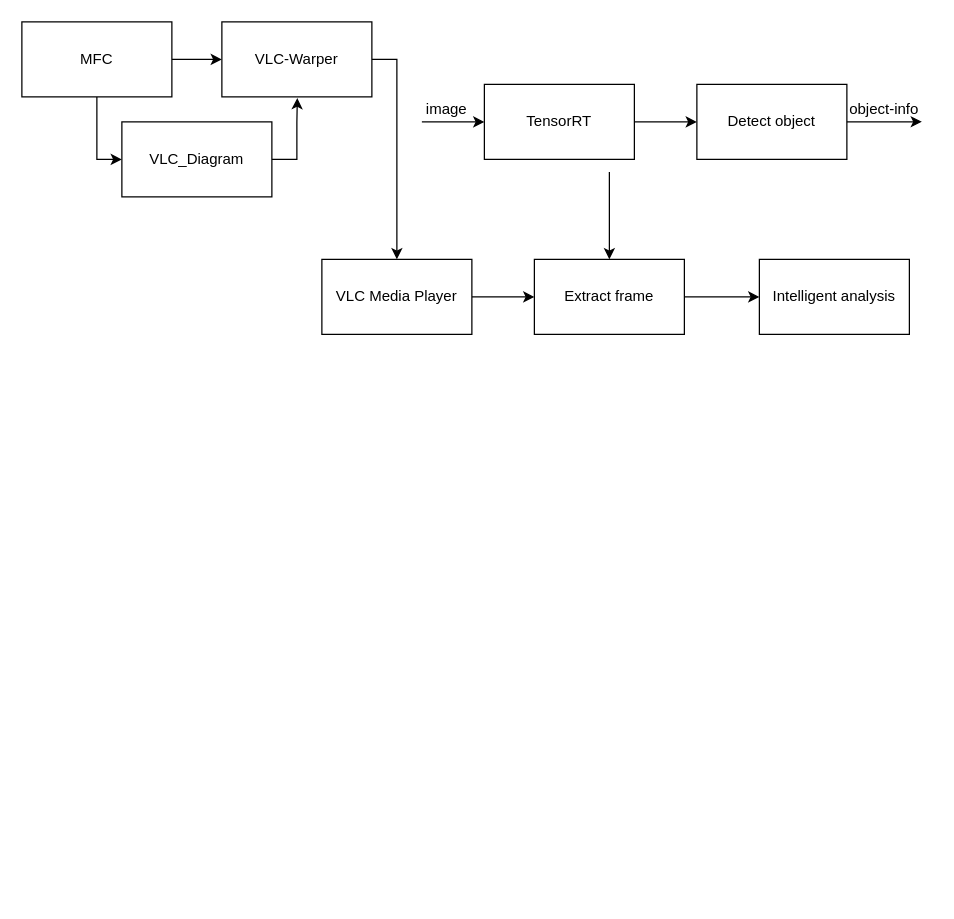
Above: 未命名绘图.drawio in paleblackless/diagrams (draw.io), before the change. Source tidied: cells renumbered, new cells numbered last; positions are measured from the earlier drawing's top-left corner, leaving out a move shared by most shapes. Both pictures are drawn from the tidied source at 125%, with x=0, y=0 at pixel (21, 21).
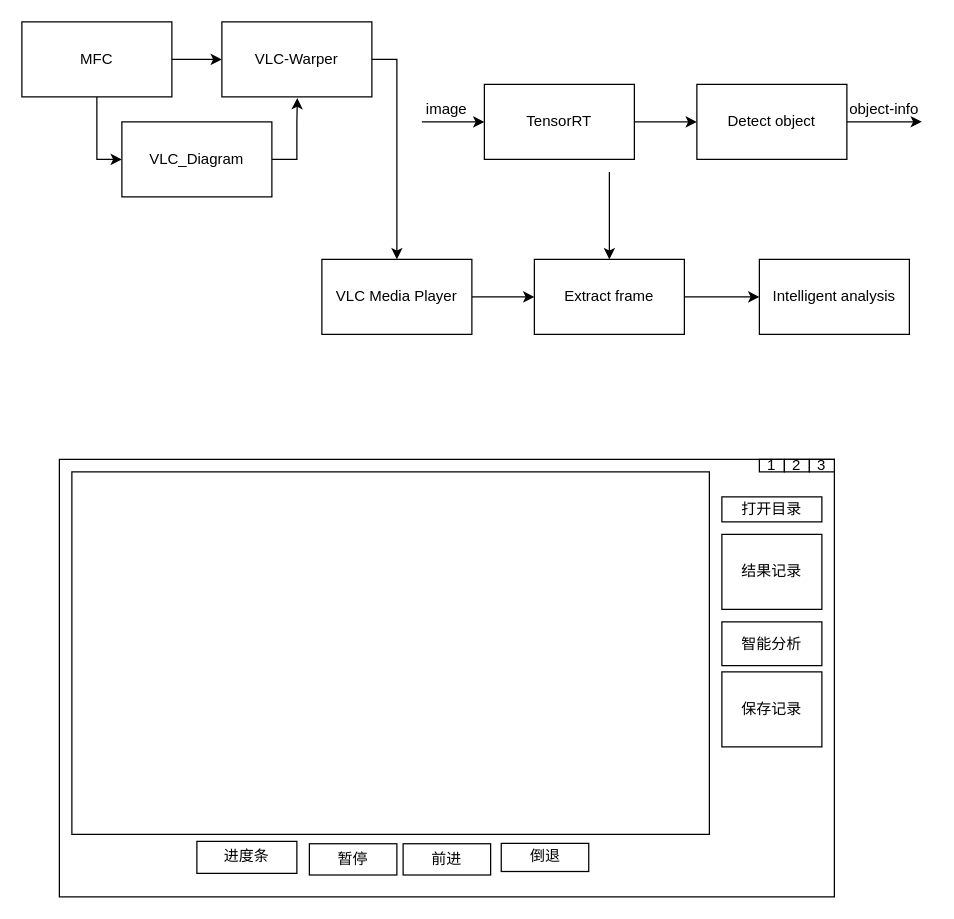
After the change.

Commit message:
红外智能抽帧业务软件图.drawio

Change to the diagram source:
```diff
@@
+    <mxCell id="23" style="rounded=0;whiteSpace=wrap;html=1;" parent="1" vertex="1">
+      <mxGeometry x="30" y="350" width="620" height="350" as="geometry" />
+    </mxCell>
+    <mxCell id="24" value="打开目录" style="rounded=0;whiteSpace=wrap;html=1;" parent="1" vertex="1">
+      <mxGeometry x="560" y="380" width="80" height="20" as="geometry" />
+    </mxCell>
+    <mxCell id="25" style="rounded=0;whiteSpace=wrap;html=1;" parent="1" vertex="1">
+      <mxGeometry x="40" y="360" width="510" height="290" as="geometry" />
+    </mxCell>
+    <mxCell id="26" value="进度条" style="rounded=0;whiteSpace=wrap;html=1;" parent="1" vertex="1">
+      <mxGeometry x="140" y="655.6" width="80" height="25.6" as="geometry" />
+    </mxCell>
+    <mxCell id="27" value="结果记录" style="rounded=0;whiteSpace=wrap;html=1;" parent="1" vertex="1">
+      <mxGeometry x="560" y="410" width="80" height="60" as="geometry" />
+    </mxCell>
+    <mxCell id="28" value="保存记录" style="rounded=0;whiteSpace=wrap;html=1;" parent="1" vertex="1">
+      <mxGeometry x="560" y="520" width="80" height="60" as="geometry" />
+    </mxCell>
+    <mxCell id="29" value="暂停" style="rounded=0;whiteSpace=wrap;html=1;" parent="1" vertex="1">
+      <mxGeometry x="230" y="657.5" width="70" height="25" as="geometry" />
+    </mxCell>
+    <mxCell id="30" value="前进" style="rounded=0;whiteSpace=wrap;html=1;" parent="1" vertex="1">
+      <mxGeometry x="305" y="657.5" width="70" height="25" as="geometry" />
+    </mxCell>
+    <mxCell id="31" value="倒退" style="rounded=0;whiteSpace=wrap;html=1;" parent="1" vertex="1">
+      <mxGeometry x="383.5" y="657.2" width="70" height="22.5" as="geometry" />
+    </mxCell>
+    <mxCell id="32" value="智能分析" style="rounded=0;whiteSpace=wrap;html=1;" parent="1" vertex="1">
+      <mxGeometry x="560" y="480" width="80" height="35" as="geometry" />
+    </mxCell>
+    <mxCell id="33" value="1" style="rounded=0;whiteSpace=wrap;html=1;" parent="1" vertex="1">
+      <mxGeometry x="590" y="350" width="20" height="10" as="geometry" />
+    </mxCell>
+    <mxCell id="34" value="2" style="rounded=0;whiteSpace=wrap;html=1;" parent="1" vertex="1">
+      <mxGeometry x="610" y="350" width="20" height="10" as="geometry" />
+    </mxCell>
+    <mxCell id="35" value="3" style="rounded=0;whiteSpace=wrap;html=1;" parent="1" vertex="1">
+      <mxGeometry x="630" y="350" width="20" height="10" as="geometry" />
+    </mxCell>
```
